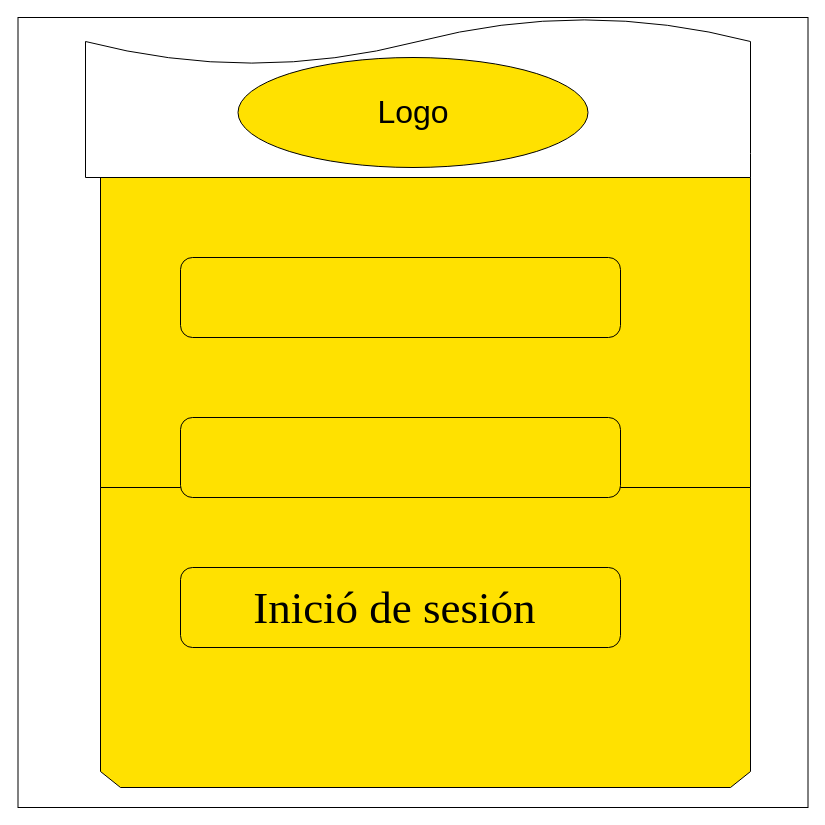
Earlier version of the draw.io diagram page "Page-11" (11 of 12) of Bocetos/Bocetos-de-login/Untitled Diagram.drawio (Evaristodantur/BierClub). Source tidied: cells renumbered, new cells numbered last; positions are measured from the earlier drawing's top-left corner, leaving out a move shared by most shapes. Both pictures are drawn from the tidied source at 100%, with x=0, y=0 at pixel (18, 17).
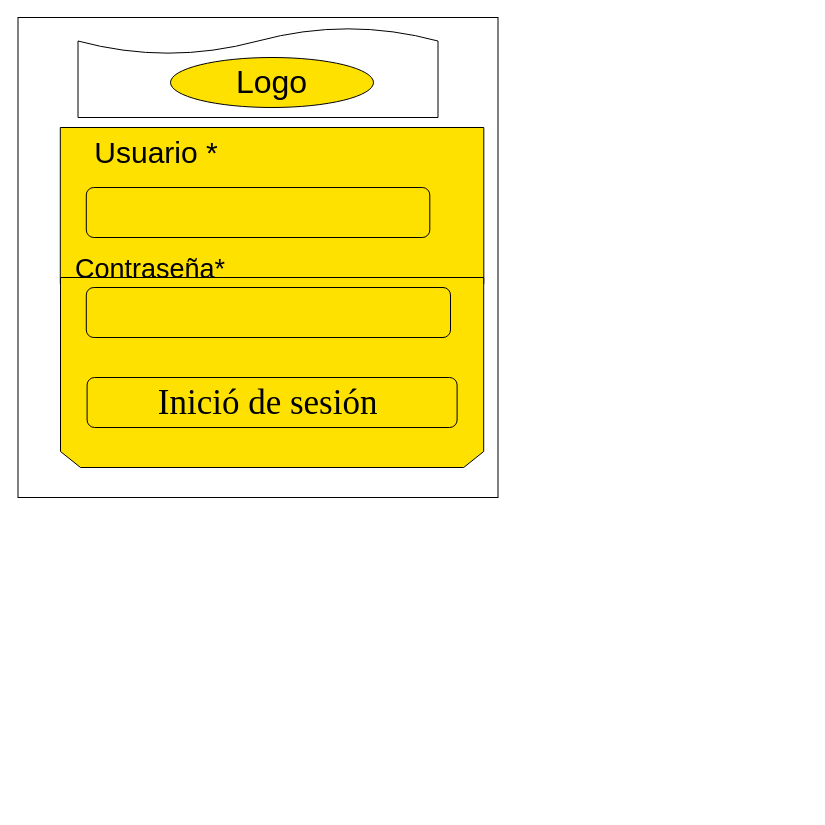
After the change.

What changed in the source:
```diff
@@
 <mxGraphModel>
   <root>
     <mxCell id="0" />
     <mxCell id="1" parent="0" />
     <mxCell id="2" style="whiteSpace=wrap;html=1;" parent="1" vertex="1">
-      <mxGeometry x="-0.5" width="790" height="790" as="geometry" />
+      <mxGeometry x="-0.5" width="480" height="480" as="geometry" />
     </mxCell>
     <mxCell id="3" style="shape=offPageConnector;whiteSpace=wrap;html=1;fillColor=#FFE100;gradientColor=none;fontSize=31;" parent="1" vertex="1">
-      <mxGeometry x="82" y="160" width="650" height="500" as="geometry" />
+      <mxGeometry x="41.8" y="110" width="423.5" height="250" as="geometry" />
     </mxCell>
     <mxCell id="4" style="shape=loopLimit;whiteSpace=wrap;html=1;fillColor=#FFE100;gradientColor=none;fontSize=31;rotation=-180;" parent="1" vertex="1">
-      <mxGeometry x="82" y="470" width="650" height="300" as="geometry" />
+      <mxGeometry x="42" y="260" width="423.2" height="190" as="geometry" />
     </mxCell>
     <mxCell id="5" style="shape=document;whiteSpace=wrap;html=1;boundedLbl=1;rotation=-180;verticalAlign=middle;" parent="1" vertex="1">
-      <mxGeometry x="67" width="665" height="160" as="geometry" />
+      <mxGeometry x="59.5" y="10" width="360" height="90" as="geometry" />
     </mxCell>
     <mxCell id="6" value="&lt;font style=&quot;font-size: 32px&quot;&gt;Logo&lt;/font&gt;" style="ellipse;whiteSpace=wrap;html=1;fillColor=#FFE100;gradientColor=none;fontSize=15;" parent="1" vertex="1">
-      <mxGeometry x="219.5" y="40" width="350" height="110" as="geometry" />
+      <mxGeometry x="152" y="40" width="203" height="50" as="geometry" />
     </mxCell>
     <mxCell id="7" style="rounded=1;whiteSpace=wrap;html=1;fillColor=#FFE100;gradientColor=none;fontSize=31;" parent="1" vertex="1">
-      <mxGeometry x="162" y="400" width="440" height="80" as="geometry" />
+      <mxGeometry x="67.8" y="270" width="364.2" height="50" as="geometry" />
     </mxCell>
     <mxCell id="8" style="rounded=1;whiteSpace=wrap;html=1;fillColor=#FFE100;gradientColor=none;fontSize=31;" parent="1" vertex="1">
-      <mxGeometry x="162" y="240" width="440" height="80" as="geometry" />
+      <mxGeometry x="67.8" y="170" width="343.5" height="50" as="geometry" />
     </mxCell>
-    <mxCell id="9" value="&lt;span style=&quot;font-family: &amp;#34;times new roman&amp;#34; ; font-size: 45px&quot;&gt;Inició de sesión&amp;nbsp;&lt;/span&gt;" style="rounded=1;whiteSpace=wrap;html=1;fillColor=#FFE100;gradientColor=none;fontSize=31;" parent="1" vertex="1">
-      <mxGeometry x="162" y="550" width="440" height="80" as="geometry" />
+    <mxCell id="9" value="&lt;span style=&quot;font-family: &amp;#34;times new roman&amp;#34;&quot;&gt;&lt;font style=&quot;font-size: 35px&quot;&gt;Inició de sesión&amp;nbsp;&lt;/font&gt;&lt;/span&gt;" style="rounded=1;whiteSpace=wrap;html=1;fillColor=#FFE100;gradientColor=none;fontSize=31;" parent="1" vertex="1">
+      <mxGeometry x="68.6" y="360" width="370" height="50" as="geometry" />
     </mxCell>
+    <mxCell id="10" value="Usuario *" style="text;html=1;strokeColor=none;fillColor=none;align=center;verticalAlign=middle;whiteSpace=wrap;rounded=0;fontSize=30;" parent="1" vertex="1">
+      <mxGeometry x="67.8" y="125" width="140" height="20" as="geometry" />
+    </mxCell>
+    <mxCell id="11" value="&lt;font style=&quot;font-size: 27px&quot;&gt;Contraseña*&lt;/font&gt;" style="text;html=1;strokeColor=none;fillColor=none;align=center;verticalAlign=middle;whiteSpace=wrap;rounded=0;fontSize=30;" parent="1" vertex="1">
+      <mxGeometry x="102" y="240" width="60" height="20" as="geometry" />
+    </mxCell>
   </root>
 </mxGraphModel>
```
